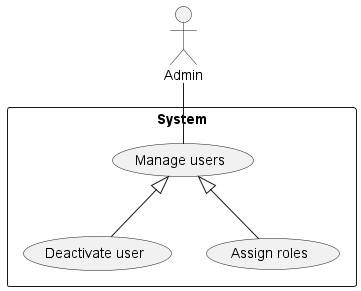
Earlier version of the PlantUML export use-cases/Admin.png (phihungha/scmss-reqs). The source it was exported from:
```plantuml
@startuml Admin
:Admin: as ad

rectangle System {
    ad -- (Manage users)
    (Manage users) <|-- (Deactivate user)
    (Manage users) <|-- (Assign roles)
}

@enduml
```
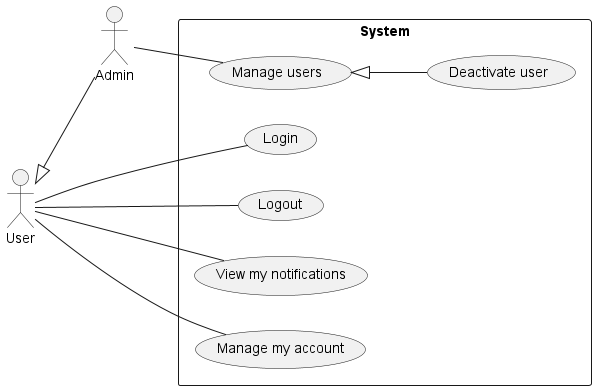
Later version of the same file.

Diff of the diagram source:
```diff
@@ -1,10 +1,17 @@
 @startuml Admin
+left to right direction
+
 :Admin: as ad
+:User: as u
+u <|-- ad
 
 rectangle System {
+    u -- (Login)
+    u -- (Logout)
+    u -- (View my notifications)
+    u -- (Manage my account)
+
     ad -- (Manage users)
     (Manage users) <|-- (Deactivate user)
-    (Manage users) <|-- (Assign roles)
 }
-
 @enduml
```
